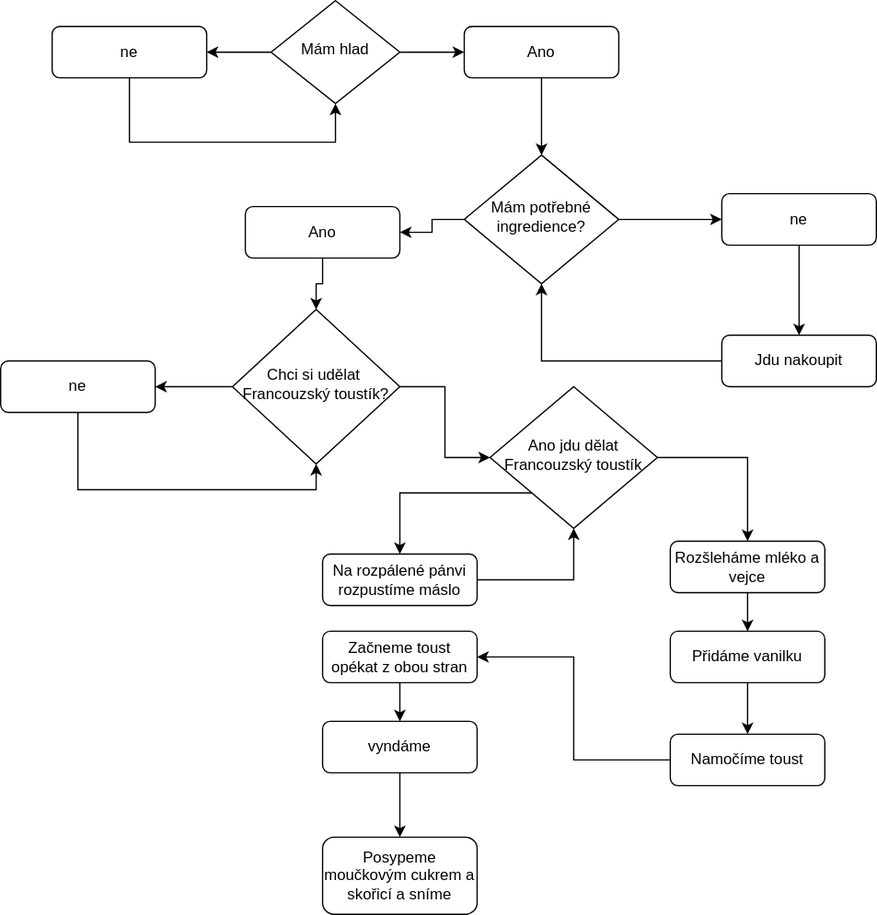
VlastikTrnka/Diagram.net keeps this draw.io diagram as soubory/Francouzský toustík-diagram.svg. Above is the earlier version. Source tidied: cells renumbered, new cells last; positions are measured from the earlier drawing's top-left corner, leaving out a move shared by most shapes.
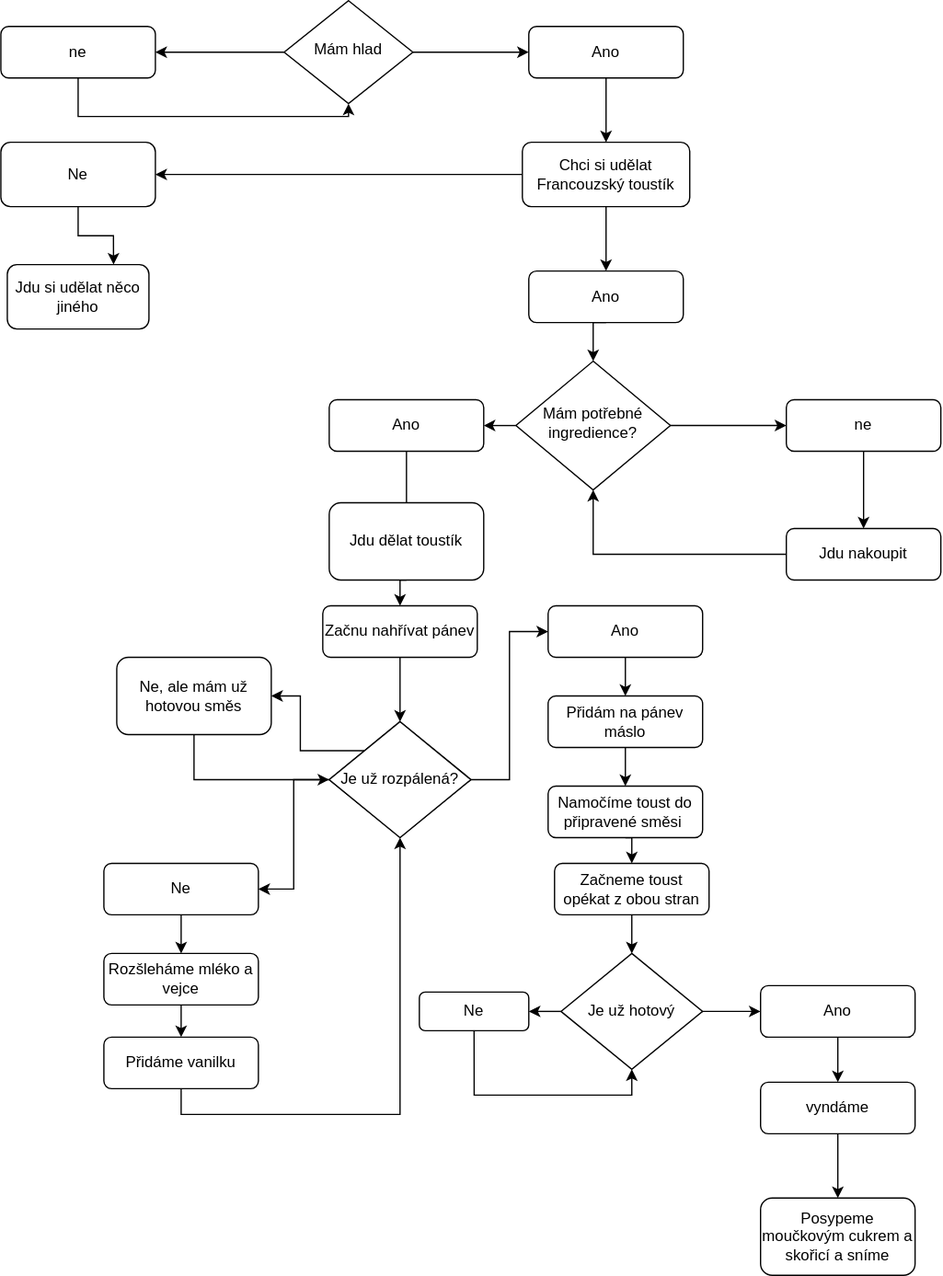
The same file after the commit.

Change to the diagram source:
```diff
@@ -5,37 +5,39 @@
     <mxCell id="2" style="edgeStyle=orthogonalEdgeStyle;rounded=0;jettySize=auto;html=1;exitX=0.5;exitY=1;exitDx=0;exitDy=0;entryX=0.5;entryY=1;entryDx=0;entryDy=0;" parent="1" edge="1" source="3" target="14">
       <mxGeometry relative="1" as="geometry">
         <Array as="points">
-          <mxPoint x="100" y="110" />
-          <mxPoint x="260" y="110" />
+          <mxPoint x="20" y="20" />
+          <mxPoint x="230" y="20" />
         </Array>
       </mxGeometry>
     </mxCell>
     <mxCell id="3" value="ne" style="rounded=1;whiteSpace=wrap;html=1;fontSize=12;glass=0;strokeWidth=1;shadow=0;" parent="1" vertex="1">
-      <mxGeometry x="40" y="20" width="120" height="40" as="geometry" />
+      <mxGeometry x="-40" y="-50" width="120" height="40" as="geometry" />
     </mxCell>
     <mxCell id="4" style="edgeStyle=orthogonalEdgeStyle;rounded=0;jettySize=auto;html=1;exitX=0.5;exitY=1;exitDx=0;exitDy=0;entryX=0.5;entryY=0;entryDx=0;entryDy=0;" parent="1" edge="1" source="5" target="9">
       <mxGeometry relative="1" as="geometry" />
     </mxCell>
     <mxCell id="5" value="ne" style="rounded=1;whiteSpace=wrap;html=1;fontSize=12;glass=0;strokeWidth=1;shadow=0;" parent="1" vertex="1">
-      <mxGeometry x="560" y="150" width="120" height="40" as="geometry" />
+      <mxGeometry x="570" y="240" width="120" height="40" as="geometry" />
     </mxCell>
-    <mxCell id="6" style="edgeStyle=orthogonalEdgeStyle;rounded=0;jettySize=auto;html=1;exitX=0.5;exitY=1;exitDx=0;exitDy=0;" parent="1" edge="1" source="7" target="20">
-      <mxGeometry relative="1" as="geometry" />
+    <mxCell id="6" style="edgeStyle=orthogonalEdgeStyle;rounded=0;jettySize=auto;html=1;exitX=0.5;exitY=1;exitDx=0;exitDy=0;" parent="1" edge="1" source="7">
+      <mxGeometry relative="1" as="geometry">
+        <mxPoint x="275" y="350" as="targetPoint" />
+      </mxGeometry>
     </mxCell>
     <mxCell id="7" value="Ano" style="rounded=1;whiteSpace=wrap;html=1;fontSize=12;glass=0;strokeWidth=1;shadow=0;" parent="1" vertex="1">
-      <mxGeometry x="190" y="160" width="120" height="40" as="geometry" />
+      <mxGeometry x="215" y="240" width="120" height="40" as="geometry" />
     </mxCell>
     <mxCell id="8" style="edgeStyle=orthogonalEdgeStyle;rounded=0;jettySize=auto;html=1;exitX=0;exitY=0.5;exitDx=0;exitDy=0;entryX=0.5;entryY=1;entryDx=0;entryDy=0;" parent="1" edge="1" source="9" target="17">
       <mxGeometry relative="1" as="geometry" />
     </mxCell>
     <mxCell id="9" value="Jdu nakoupit" style="rounded=1;whiteSpace=wrap;html=1;fontSize=12;glass=0;strokeWidth=1;shadow=0;" parent="1" vertex="1">
-      <mxGeometry x="560" y="260" width="120" height="40" as="geometry" />
+      <mxGeometry x="570" y="340" width="120" height="40" as="geometry" />
     </mxCell>
-    <mxCell id="10" style="edgeStyle=orthogonalEdgeStyle;rounded=0;jettySize=auto;html=1;exitX=0.5;exitY=1;exitDx=0;exitDy=0;" parent="1" edge="1" source="11" target="17">
-      <mxGeometry relative="1" as="geometry" />
-    </mxCell>
+    <mxCell id="39" style="edgeStyle=orthogonalEdgeStyle;rounded=0;jettySize=auto;html=1;exitX=0.5;exitY=1;exitDx=0;exitDy=0;" parent="1" edge="1" source="11" target="45">
+      <mxGeometry relative="1" as="geometry" />
+    </mxCell>
     <mxCell id="11" value="Ano" style="rounded=1;whiteSpace=wrap;html=1;fontSize=12;glass=0;strokeWidth=1;shadow=0;" parent="1" vertex="1">
-      <mxGeometry x="360" y="20" width="120" height="40" as="geometry" />
+      <mxGeometry x="370" y="-50" width="120" height="40" as="geometry" />
     </mxCell>
     <mxCell id="12" style="edgeStyle=orthogonalEdgeStyle;rounded=0;jettySize=auto;html=1;exitX=1;exitY=0.5;exitDx=0;exitDy=0;" parent="1" edge="1" source="14" target="11">
       <mxGeometry relative="1" as="geometry" />
@@ -44,7 +46,7 @@
       <mxGeometry relative="1" as="geometry" />
     </mxCell>
     <mxCell id="14" value="Mám hlad" style="rhombus;whiteSpace=wrap;html=1;shadow=0;fontFamily=Helvetica;fontSize=12;align=center;strokeWidth=1;spacing=6;spacingTop=-4;" parent="1" vertex="1">
-      <mxGeometry x="210" width="100" height="80" as="geometry" />
+      <mxGeometry x="180" y="-70" width="100" height="80" as="geometry" />
     </mxCell>
     <mxCell id="15" style="edgeStyle=orthogonalEdgeStyle;rounded=0;jettySize=auto;html=1;exitX=1;exitY=0.5;exitDx=0;exitDy=0;" parent="1" edge="1" source="17" target="5">
       <mxGeometry relative="1" as="geometry" />
@@ -53,75 +55,144 @@
       <mxGeometry relative="1" as="geometry" />
     </mxCell>
     <mxCell id="17" value="Mám potřebné ingredience?" style="rhombus;whiteSpace=wrap;html=1;shadow=0;fontFamily=Helvetica;fontSize=12;align=center;strokeWidth=1;spacing=6;spacingTop=-4;" parent="1" vertex="1">
-      <mxGeometry x="360" y="120" width="120" height="100" as="geometry" />
+      <mxGeometry x="360" y="210" width="120" height="100" as="geometry" />
     </mxCell>
-    <mxCell id="18" style="edgeStyle=orthogonalEdgeStyle;rounded=0;jettySize=auto;html=1;exitX=1;exitY=0.5;exitDx=0;exitDy=0;entryX=0;entryY=0.5;entryDx=0;entryDy=0;" parent="1" edge="1" source="20" target="25">
-      <mxGeometry relative="1" as="geometry" />
-    </mxCell>
-    <mxCell id="19" style="edgeStyle=orthogonalEdgeStyle;rounded=0;jettySize=auto;html=1;exitX=0;exitY=0.5;exitDx=0;exitDy=0;entryX=0;entryY=0.5;entryDx=0;entryDy=0;" parent="1" edge="1" source="20" target="22">
-      <mxGeometry relative="1" as="geometry" />
-    </mxCell>
-    <mxCell id="20" value="Chci si udělat&amp;nbsp;&lt;br&gt;Francouzský toustík?" style="rhombus;whiteSpace=wrap;html=1;shadow=0;fontFamily=Helvetica;fontSize=12;align=center;strokeWidth=1;spacing=6;spacingTop=-4;" parent="1" vertex="1">
-      <mxGeometry x="180" y="240" width="130" height="120" as="geometry" />
-    </mxCell>
-    <mxCell id="21" style="edgeStyle=orthogonalEdgeStyle;rounded=0;jettySize=auto;html=1;exitX=0.5;exitY=0;exitDx=0;exitDy=0;entryX=0.5;entryY=1;entryDx=0;entryDy=0;" parent="1" edge="1" source="22" target="20">
-      <mxGeometry relative="1" as="geometry">
-        <Array as="points">
-          <mxPoint x="60" y="380" />
-          <mxPoint x="245" y="380" />
-        </Array>
-      </mxGeometry>
-    </mxCell>
-    <mxCell id="22" value="ne" style="rounded=1;whiteSpace=wrap;html=1;fontSize=12;glass=0;strokeWidth=1;shadow=0;direction=west;" parent="1" vertex="1">
-      <mxGeometry y="280" width="120" height="40" as="geometry" />
-    </mxCell>
-    <mxCell id="23" style="edgeStyle=orthogonalEdgeStyle;rounded=0;jettySize=auto;html=1;exitX=1;exitY=0.5;exitDx=0;exitDy=0;" parent="1" edge="1" source="25" target="31">
-      <mxGeometry relative="1" as="geometry" />
-    </mxCell>
-    <mxCell id="24" style="edgeStyle=orthogonalEdgeStyle;rounded=0;jettySize=auto;html=1;exitX=0;exitY=1;exitDx=0;exitDy=0;entryX=0.5;entryY=0;entryDx=0;entryDy=0;" parent="1" edge="1" source="25" target="38">
+    <mxCell id="24" style="edgeStyle=orthogonalEdgeStyle;rounded=0;jettySize=auto;html=1;exitX=0.5;exitY=1;exitDx=0;exitDy=0;entryX=0.5;entryY=0;entryDx=0;entryDy=0;" parent="1" edge="1" source="51" target="38">
       <mxGeometry relative="1" as="geometry" />
     </mxCell>
-    <mxCell id="25" value="Ano jdu dělat Francouzský toustík" style="rhombus;whiteSpace=wrap;html=1;shadow=0;fontFamily=Helvetica;fontSize=12;align=center;strokeWidth=1;spacing=6;spacingTop=-4;" parent="1" vertex="1">
-      <mxGeometry x="380" y="300" width="130" height="110" as="geometry" />
-    </mxCell>
-    <mxCell id="26" style="edgeStyle=orthogonalEdgeStyle;rounded=0;jettySize=auto;html=1;exitX=0;exitY=0.5;exitDx=0;exitDy=0;entryX=1;entryY=0.5;entryDx=0;entryDy=0;" parent="1" edge="1" source="27" target="36">
+    <mxCell id="26" style="edgeStyle=orthogonalEdgeStyle;rounded=0;jettySize=auto;html=1;exitX=0.5;exitY=1;exitDx=0;exitDy=0;entryX=0.5;entryY=0;entryDx=0;entryDy=0;" parent="1" edge="1" source="27" target="36">
       <mxGeometry relative="1" as="geometry" />
     </mxCell>
-    <mxCell id="27" value="Namočíme toust" style="rounded=1;whiteSpace=wrap;html=1;fontSize=12;glass=0;strokeWidth=1;shadow=0;" parent="1" vertex="1">
-      <mxGeometry x="520" y="570" width="120" height="40" as="geometry" />
+    <mxCell id="27" value="Namočíme toust do připravené směsi&amp;nbsp;" style="rounded=1;whiteSpace=wrap;html=1;fontSize=12;glass=0;strokeWidth=1;shadow=0;" parent="1" vertex="1">
+      <mxGeometry x="385" y="540" width="120" height="40" as="geometry" />
     </mxCell>
-    <mxCell id="28" style="edgeStyle=orthogonalEdgeStyle;rounded=0;jettySize=auto;html=1;exitX=0.5;exitY=1;exitDx=0;exitDy=0;entryX=0.5;entryY=0;entryDx=0;entryDy=0;" parent="1" edge="1" source="29" target="27">
-      <mxGeometry relative="1" as="geometry" />
-    </mxCell>
+    <mxCell id="40" style="edgeStyle=orthogonalEdgeStyle;rounded=0;jettySize=auto;html=1;exitX=0.5;exitY=1;exitDx=0;exitDy=0;entryX=0.5;entryY=1;entryDx=0;entryDy=0;" parent="1" edge="1" source="29" target="54">
+      <mxGeometry relative="1" as="geometry" />
+    </mxCell>
     <mxCell id="29" value="Přidáme vanilku" style="rounded=1;whiteSpace=wrap;html=1;fontSize=12;glass=0;strokeWidth=1;shadow=0;" parent="1" vertex="1">
-      <mxGeometry x="520" y="490" width="120" height="40" as="geometry" />
+      <mxGeometry x="40" y="735" width="120" height="40" as="geometry" />
     </mxCell>
-    <mxCell id="30" style="edgeStyle=orthogonalEdgeStyle;rounded=0;jettySize=auto;html=1;exitX=0.5;exitY=1;exitDx=0;exitDy=0;entryX=0.5;entryY=0;entryDx=0;entryDy=0;" parent="1" edge="1" source="31" target="29">
+    <mxCell id="30" style="edgeStyle=orthogonalEdgeStyle;rounded=0;jettySize=auto;html=1;exitX=0.5;exitY=1;exitDx=0;exitDy=0;" parent="1" edge="1" source="31" target="29">
       <mxGeometry relative="1" as="geometry" />
     </mxCell>
     <mxCell id="31" value="Rozšleháme mléko a vejce" style="rounded=1;whiteSpace=wrap;html=1;fontSize=12;glass=0;strokeWidth=1;shadow=0;" parent="1" vertex="1">
-      <mxGeometry x="520" y="420" width="120" height="40" as="geometry" />
+      <mxGeometry x="40" y="670" width="120" height="40" as="geometry" />
     </mxCell>
     <mxCell id="32" value="Posypeme moučkovým cukrem a skořicí a sníme" style="rounded=1;whiteSpace=wrap;html=1;fontSize=12;glass=0;strokeWidth=1;shadow=0;" parent="1" vertex="1">
-      <mxGeometry x="250" y="650" width="120" height="60" as="geometry" />
+      <mxGeometry x="550" y="860" width="120" height="60" as="geometry" />
     </mxCell>
     <mxCell id="33" style="edgeStyle=orthogonalEdgeStyle;rounded=0;jettySize=auto;html=1;exitX=0.5;exitY=1;exitDx=0;exitDy=0;" parent="1" edge="1" source="34" target="32">
       <mxGeometry relative="1" as="geometry" />
     </mxCell>
     <mxCell id="34" value="vyndáme" style="rounded=1;whiteSpace=wrap;html=1;fontSize=12;glass=0;strokeWidth=1;shadow=0;" parent="1" vertex="1">
-      <mxGeometry x="250" y="560" width="120" height="40" as="geometry" />
+      <mxGeometry x="550" y="770" width="120" height="40" as="geometry" />
     </mxCell>
-    <mxCell id="35" style="edgeStyle=orthogonalEdgeStyle;rounded=0;jettySize=auto;html=1;exitX=0.5;exitY=1;exitDx=0;exitDy=0;entryX=0.5;entryY=0;entryDx=0;entryDy=0;" parent="1" edge="1" source="36" target="34">
-      <mxGeometry relative="1" as="geometry" />
-    </mxCell>
+    <mxCell id="41" style="edgeStyle=orthogonalEdgeStyle;rounded=0;jettySize=auto;html=1;exitX=0.5;exitY=1;exitDx=0;exitDy=0;entryX=0.5;entryY=0;entryDx=0;entryDy=0;" parent="1" edge="1" source="36" target="64">
+      <mxGeometry relative="1" as="geometry" />
+    </mxCell>
     <mxCell id="36" value="Začneme toust opékat z obou stran" style="rounded=1;whiteSpace=wrap;html=1;fontSize=12;glass=0;strokeWidth=1;shadow=0;" parent="1" vertex="1">
-      <mxGeometry x="250" y="490" width="120" height="40" as="geometry" />
+      <mxGeometry x="390" y="600" width="120" height="40" as="geometry" />
     </mxCell>
-    <mxCell id="37" style="edgeStyle=orthogonalEdgeStyle;rounded=0;jettySize=auto;html=1;exitX=1;exitY=0.5;exitDx=0;exitDy=0;entryX=0.5;entryY=1;entryDx=0;entryDy=0;" parent="1" edge="1" source="38" target="25">
-      <mxGeometry relative="1" as="geometry" />
-    </mxCell>
+    <mxCell id="42" style="edgeStyle=orthogonalEdgeStyle;rounded=0;jettySize=auto;html=1;exitX=0.5;exitY=1;exitDx=0;exitDy=0;entryX=0.5;entryY=0;entryDx=0;entryDy=0;" parent="1" edge="1" source="38" target="54">
+      <mxGeometry relative="1" as="geometry" />
+    </mxCell>
-    <mxCell id="38" value="Na rozpálené pánvi rozpustíme máslo" style="rounded=1;whiteSpace=wrap;html=1;fontSize=12;glass=0;strokeWidth=1;shadow=0;" parent="1" vertex="1">
-      <mxGeometry x="250" y="430" width="120" height="40" as="geometry" />
+    <mxCell id="38" value="Začnu nahřívat pánev" style="rounded=1;whiteSpace=wrap;html=1;fontSize=12;glass=0;strokeWidth=1;shadow=0;" parent="1" vertex="1">
+      <mxGeometry x="210" y="400" width="120" height="40" as="geometry" />
     </mxCell>
+    <mxCell id="43" style="edgeStyle=orthogonalEdgeStyle;rounded=0;jettySize=auto;html=1;exitX=0.5;exitY=1;exitDx=0;exitDy=0;entryX=0.5;entryY=0;entryDx=0;entryDy=0;" parent="1" edge="1" source="45" target="47">
+      <mxGeometry relative="1" as="geometry" />
+    </mxCell>
+    <mxCell id="44" style="edgeStyle=orthogonalEdgeStyle;rounded=0;jettySize=auto;html=1;exitX=0;exitY=0.5;exitDx=0;exitDy=0;" parent="1" edge="1" source="45" target="49">
+      <mxGeometry relative="1" as="geometry" />
+    </mxCell>
+    <mxCell id="45" value="Chci si udělat Francouzský toustík" style="rounded=1;whiteSpace=wrap;html=1;arcSize=14;" parent="1" vertex="1">
+      <mxGeometry x="365" y="40" width="130" height="50" as="geometry" />
+    </mxCell>
+    <mxCell id="46" style="edgeStyle=orthogonalEdgeStyle;rounded=0;jettySize=auto;html=1;exitX=0.5;exitY=1;exitDx=0;exitDy=0;entryX=0.5;entryY=0;entryDx=0;entryDy=0;" parent="1" edge="1" source="47" target="17">
+      <mxGeometry relative="1" as="geometry" />
+    </mxCell>
+    <mxCell id="47" value="Ano" style="rounded=1;whiteSpace=wrap;html=1;" parent="1" vertex="1">
+      <mxGeometry x="370" y="140" width="120" height="40" as="geometry" />
+    </mxCell>
+    <mxCell id="48" style="edgeStyle=orthogonalEdgeStyle;rounded=0;jettySize=auto;html=1;exitX=0.5;exitY=1;exitDx=0;exitDy=0;entryX=0.75;entryY=0;entryDx=0;entryDy=0;" parent="1" edge="1" source="49" target="50">
+      <mxGeometry relative="1" as="geometry" />
+    </mxCell>
+    <mxCell id="49" value="Ne" style="rounded=1;whiteSpace=wrap;html=1;" parent="1" vertex="1">
+      <mxGeometry x="-40" y="40" width="120" height="50" as="geometry" />
+    </mxCell>
+    <mxCell id="50" value="Jdu si udělat něco jiného" style="rounded=1;whiteSpace=wrap;html=1;" parent="1" vertex="1">
+      <mxGeometry x="-35" y="135" width="110" height="50" as="geometry" />
+    </mxCell>
+    <mxCell id="51" value="Jdu dělat toustík" style="rounded=1;whiteSpace=wrap;html=1;" parent="1" vertex="1">
+      <mxGeometry x="215" y="320" width="120" height="60" as="geometry" />
+    </mxCell>
+    <mxCell id="52" style="edgeStyle=orthogonalEdgeStyle;rounded=0;jettySize=auto;html=1;exitX=1;exitY=0.5;exitDx=0;exitDy=0;entryX=0;entryY=0.5;entryDx=0;entryDy=0;" parent="1" edge="1" source="54" target="57">
+      <mxGeometry relative="1" as="geometry" />
+    </mxCell>
+    <mxCell id="53" style="edgeStyle=orthogonalEdgeStyle;rounded=0;jettySize=auto;html=1;exitX=0;exitY=0.5;exitDx=0;exitDy=0;entryX=1;entryY=0.5;entryDx=0;entryDy=0;" parent="1" edge="1" source="54" target="59">
+      <mxGeometry relative="1" as="geometry" />
+    </mxCell>
+    <mxCell id="54" value="Je už rozpálená" style="rhombus;whiteSpace=wrap;html=1;" parent="1" vertex="1">
+      <mxGeometry x="215" y="490" width="110" height="90" as="geometry" />
+    </mxCell>
+    <mxCell id="55" style="edgeStyle=orthogonalEdgeStyle;rounded=0;orthogonalLoop=1;jettySize=auto;html=1;exitX=0.5;exitY=1;exitDx=0;exitDy=0;entryX=0.5;entryY=1;entryDx=0;entryDy=0;" parent="1" edge="1" source="57" target="57">
+      <mxGeometry relative="1" as="geometry" />
+    </mxCell>
+    <mxCell id="56" style="edgeStyle=orthogonalEdgeStyle;rounded=0;jettySize=auto;html=1;exitX=0.5;exitY=1;exitDx=0;exitDy=0;entryX=0.5;entryY=0;entryDx=0;entryDy=0;" parent="1" edge="1" source="57" target="70">
+      <mxGeometry relative="1" as="geometry" />
+    </mxCell>
+    <mxCell id="57" value="Ano" style="rounded=1;whiteSpace=wrap;html=1;fontSize=12;glass=0;strokeWidth=1;shadow=0;" parent="1" vertex="1">
+      <mxGeometry x="385" y="400" width="120" height="40" as="geometry" />
+    </mxCell>
+    <mxCell id="58" style="edgeStyle=orthogonalEdgeStyle;rounded=0;jettySize=auto;html=1;exitX=0.5;exitY=1;exitDx=0;exitDy=0;" parent="1" edge="1" source="59" target="31">
+      <mxGeometry relative="1" as="geometry" />
+    </mxCell>
+    <mxCell id="59" value="Ne" style="rounded=1;whiteSpace=wrap;html=1;fontSize=12;glass=0;strokeWidth=1;shadow=0;" parent="1" vertex="1">
+      <mxGeometry x="40" y="600" width="120" height="40" as="geometry" />
+    </mxCell>
+    <mxCell id="60" style="edgeStyle=orthogonalEdgeStyle;rounded=0;jettySize=auto;html=1;exitX=0;exitY=0;exitDx=0;exitDy=0;entryX=1;entryY=0.5;entryDx=0;entryDy=0;" parent="1" edge="1" source="61" target="72">
+      <mxGeometry relative="1" as="geometry" />
+    </mxCell>
+    <mxCell id="61" value="Je už rozpálená?" style="rhombus;whiteSpace=wrap;html=1;" parent="1" vertex="1">
+      <mxGeometry x="215" y="490" width="110" height="90" as="geometry" />
+    </mxCell>
+    <mxCell id="62" style="edgeStyle=orthogonalEdgeStyle;rounded=0;jettySize=auto;html=1;exitX=0;exitY=0.5;exitDx=0;exitDy=0;entryX=1;entryY=0.5;entryDx=0;entryDy=0;" parent="1" edge="1" source="64" target="66">
+      <mxGeometry relative="1" as="geometry" />
+    </mxCell>
+    <mxCell id="63" style="edgeStyle=orthogonalEdgeStyle;rounded=0;jettySize=auto;html=1;exitX=1;exitY=0.5;exitDx=0;exitDy=0;entryX=0;entryY=0.5;entryDx=0;entryDy=0;" parent="1" edge="1" source="64" target="68">
+      <mxGeometry relative="1" as="geometry" />
+    </mxCell>
+    <mxCell id="64" value="Je už hotový" style="rhombus;whiteSpace=wrap;html=1;" parent="1" vertex="1">
+      <mxGeometry x="395" y="670" width="110" height="90" as="geometry" />
+    </mxCell>
+    <mxCell id="65" style="edgeStyle=orthogonalEdgeStyle;rounded=0;jettySize=auto;html=1;exitX=0.5;exitY=1;exitDx=0;exitDy=0;entryX=0.5;entryY=1;entryDx=0;entryDy=0;" parent="1" edge="1" source="66" target="64">
+      <mxGeometry relative="1" as="geometry">
+        <Array as="points">
+          <mxPoint x="328" y="780" />
+          <mxPoint x="450" y="780" />
+        </Array>
+      </mxGeometry>
+    </mxCell>
+    <mxCell id="66" value="Ne" style="rounded=1;whiteSpace=wrap;html=1;fontSize=12;glass=0;strokeWidth=1;shadow=0;" parent="1" vertex="1">
+      <mxGeometry x="285" y="700" width="85" height="30" as="geometry" />
+    </mxCell>
+    <mxCell id="67" style="edgeStyle=orthogonalEdgeStyle;rounded=0;jettySize=auto;html=1;exitX=0.5;exitY=1;exitDx=0;exitDy=0;entryX=0.5;entryY=0;entryDx=0;entryDy=0;" parent="1" edge="1" source="68" target="34">
+      <mxGeometry relative="1" as="geometry" />
+    </mxCell>
+    <mxCell id="68" value="Ano" style="rounded=1;whiteSpace=wrap;html=1;fontSize=12;glass=0;strokeWidth=1;shadow=0;" parent="1" vertex="1">
+      <mxGeometry x="550" y="695" width="120" height="40" as="geometry" />
+    </mxCell>
+    <mxCell id="69" style="edgeStyle=orthogonalEdgeStyle;rounded=0;jettySize=auto;html=1;exitX=0.5;exitY=1;exitDx=0;exitDy=0;entryX=0.5;entryY=0;entryDx=0;entryDy=0;" parent="1" edge="1" source="70" target="27">
+      <mxGeometry relative="1" as="geometry" />
+    </mxCell>
+    <mxCell id="70" value="Přidám na pánev máslo" style="rounded=1;whiteSpace=wrap;html=1;fontSize=12;glass=0;strokeWidth=1;shadow=0;" parent="1" vertex="1">
+      <mxGeometry x="385" y="470" width="120" height="40" as="geometry" />
+    </mxCell>
+    <mxCell id="71" style="edgeStyle=orthogonalEdgeStyle;rounded=0;jettySize=auto;html=1;exitX=0.5;exitY=1;exitDx=0;exitDy=0;entryX=0;entryY=0.5;entryDx=0;entryDy=0;" parent="1" edge="1" source="72" target="61">
+      <mxGeometry relative="1" as="geometry" />
+    </mxCell>
+    <mxCell id="72" value="Ne, ale mám už hotovou směs" style="rounded=1;whiteSpace=wrap;html=1;" parent="1" vertex="1">
+      <mxGeometry x="50" y="440" width="120" height="60" as="geometry" />
+    </mxCell>
   </root>
 </mxGraphModel>
```
